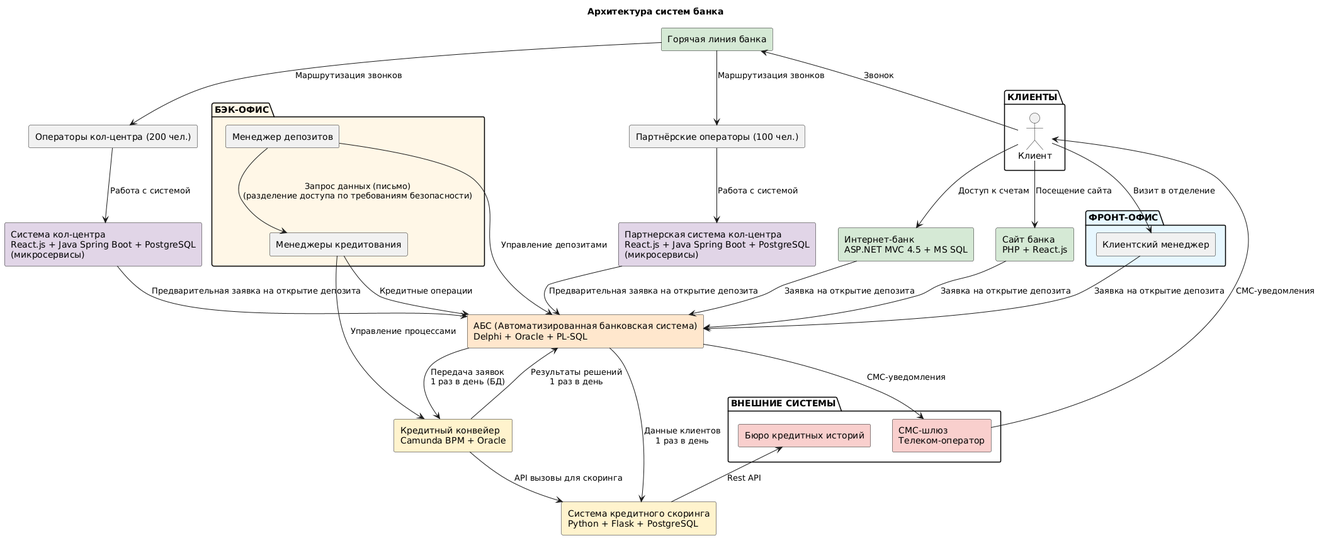
Above: Task1/integration_schema.png in honeypot9/architecture-pro-standart (PlantUML), before the change. Its diagram source:
```plantuml
@startuml
title Архитектура систем банка

package "КЛИЕНТЫ" {
  actor "Клиент" as Client
}

package "ФРОНТ-ОФИС" #E6F7FF {
  rectangle "Клиентский менеджер" as BranchEmployee
}

package "БЭК-ОФИС" #FFF7E6 {
  rectangle "Менеджер депозитов" as DepositManager
  rectangle "Менеджеры кредитования" as CreditManagers
}


  rectangle "АБС (Автоматизированная банковская система)\nDelphi + Oracle + PL-SQL" as ABS #FFE6CC
  rectangle "Система кол-центра\nReact.js + Java Spring Boot + PostgreSQL\n(микросервисы)" as CallCenterSystem #E1D5E7
  rectangle "Партнерская система кол-центра\nReact.js + Java Spring Boot + PostgreSQL\n(микросервисы)" as PartnerCallCenterSystem #E1D5E7
  rectangle "Кредитный конвейер\nCamunda BPM + Oracle" as CreditConveyor #FFF2CC
  rectangle "Система кредитного скоринга\nPython + Flask + PostgreSQL" as CreditScoring #FFF2CC

package "ВНЕШНИЕ СИСТЕМЫ" {
  rectangle "Бюро кредитных историй" as CreditBureau #F8CECC
  rectangle "СМС-шлюз\nТелеком-оператор" as SMSGateway #F8CECC
}

  rectangle "Операторы кол-центра (200 чел.)" as CallCenterOperators
  rectangle "Партнёрские операторы (100 чел.)" as PartnerOperators

  rectangle "Горячая линия банка" as Hotline #D5E8D4
  rectangle "Интернет-банк\nASP.NET MVC 4.5 + MS SQL" as InternetBank #D5E8D4
  rectangle "Сайт банка\nPHP + React.js" as Website #D5E8D4

Client --> Hotline : Звонок
Client --> InternetBank : Доступ к счетам
Client --> Website : Посещение сайта
Client --> BranchEmployee : Визит в отделение

Hotline --> CallCenterOperators : Маршрутизация звонков
Hotline --> PartnerOperators : Маршрутизация звонков
CallCenterOperators --> CallCenterSystem : Работа с системой
PartnerOperators --> PartnerCallCenterSystem : Работа с системой

InternetBank --> ABS : Заявка на открытие депозита
Website --> ABS : Заявка на открытие депозита

CallCenterSystem --> ABS : Предварительная заявка на открытие депозита
PartnerCallCenterSystem --> ABS : Предварительная заявка на открытие депозита

BranchEmployee --> ABS : Заявка на открытие депозита
DepositManager --> ABS : Управление депозитами
CreditManagers --> ABS : Кредитные операции

CreditManagers --> CreditConveyor : Управление процессами
ABS --> CreditConveyor : Передача заявок\n1 раз в день (БД)
CreditConveyor --> ABS : Результаты решений\n1 раз в день

CreditConveyor --> CreditScoring : API вызовы для скоринга
ABS --> CreditScoring : Данные клиентов\n1 раз в день
CreditScoring --> CreditBureau : Rest API

ABS --> SMSGateway : СМС-уведомления
SMSGateway --> Client : СМС-уведомления

DepositManager --> CreditManagers : Запрос данных (письмо)\n(разделение доступа по требованиям безопасности)

hide empty members
@enduml
```
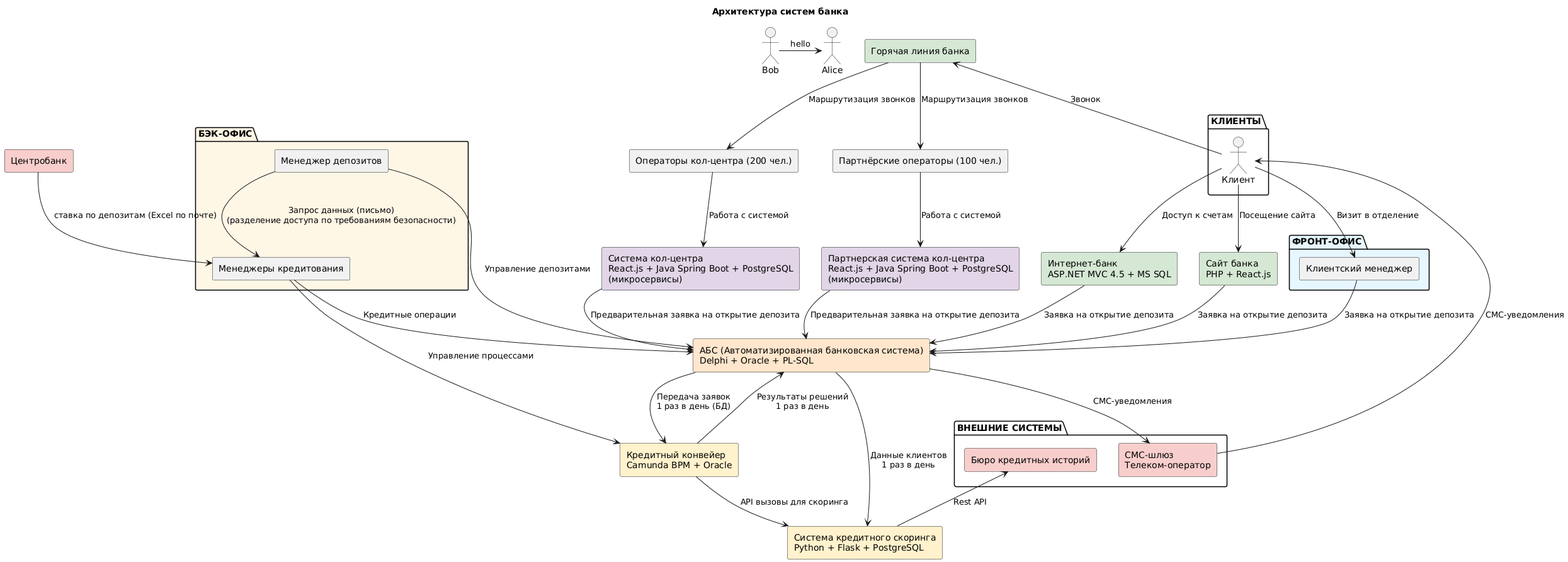
The same file after the commit.

Commit message:
Задание 1. Схема интеграции приложений с указанием участников процессов.

What changed in the source:
```diff
@@ -1,4 +1,6 @@
 @startuml
+Bob -> Alice : hello
+
 title Архитектура систем банка
 
 package "КЛИЕНТЫ" {
@@ -14,6 +16,8 @@
   rectangle "Менеджеры кредитования" as CreditManagers
 }
 
+  rectangle "Центробанк" as CentroBank #F8CECC
+  CentroBank --> CreditManagers : ставка по депозитам (Excel по почте)
 
   rectangle "АБС (Автоматизированная банковская система)\nDelphi + Oracle + PL-SQL" as ABS #FFE6CC
   rectangle "Система кол-центра\nReact.js + Java Spring Boot + PostgreSQL\n(микросервисы)" as CallCenterSystem #E1D5E7
```
